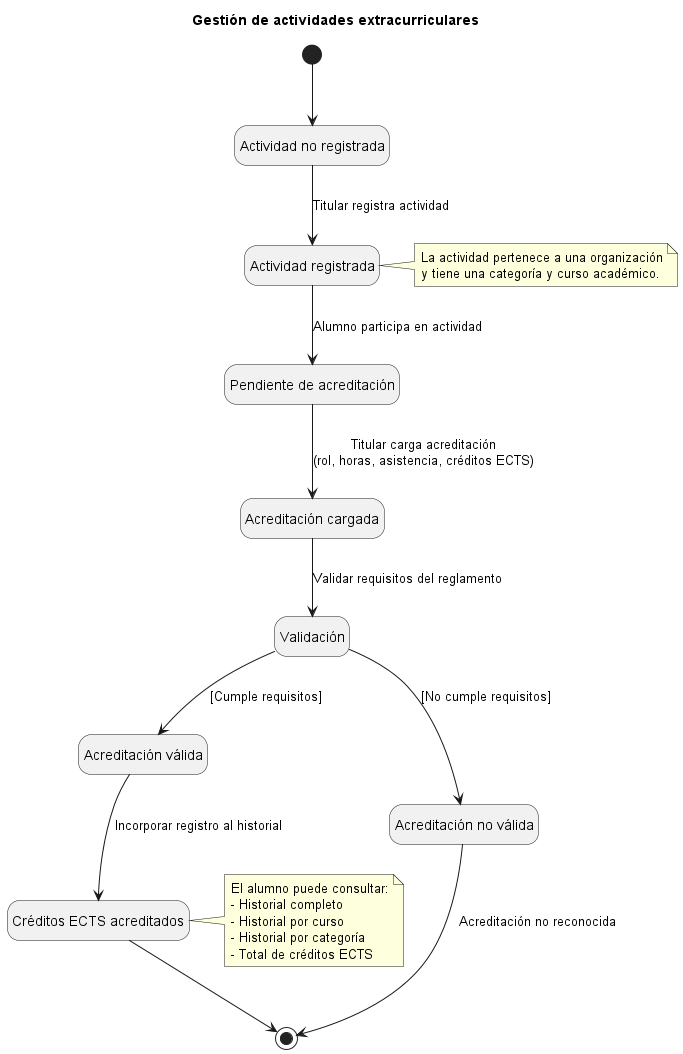
Before: diagramas/diagramaEstados/diagramaEstados.png, a diagram exported from PlantUML (SaraVaqueroRelea/26-27-IdSw1-SDR). Source of this version:
```plantuml
@startuml
title  Gestión de actividades extracurriculares

hide empty description

[*] --> NoRegistrada

state "Actividad no registrada" as NoRegistrada
state "Actividad registrada" as Registrada
state "Pendiente de acreditación" as Pendiente
state "Acreditación cargada" as Cargada
state "Validación" as Validacion
state "Acreditación válida" as Valida
state "Acreditación no válida" as NoValida
state "Créditos ECTS acreditados" as Acreditada

NoRegistrada --> Registrada : Titular registra actividad

Registrada --> Pendiente : Alumno participa en actividad

Pendiente --> Cargada : Titular carga acreditación\n(rol, horas, asistencia, créditos ECTS)

Cargada --> Validacion : Validar requisitos del reglamento

Validacion --> Valida : [Cumple requisitos] \t\t\t

Validacion --> NoValida : [No cumple requisitos]

Valida --> Acreditada : Incorporar registro al historial\t\t\t

NoValida --> [*] : Acreditación no reconocida

Acreditada --> [*]

note right of Registrada
La actividad pertenece a una organización
y tiene una categoría y curso académico.
end note

note right of Acreditada
El alumno puede consultar:
- Historial completo
- Historial por curso
- Historial por categoría
- Total de créditos ECTS
end note

@enduml
```
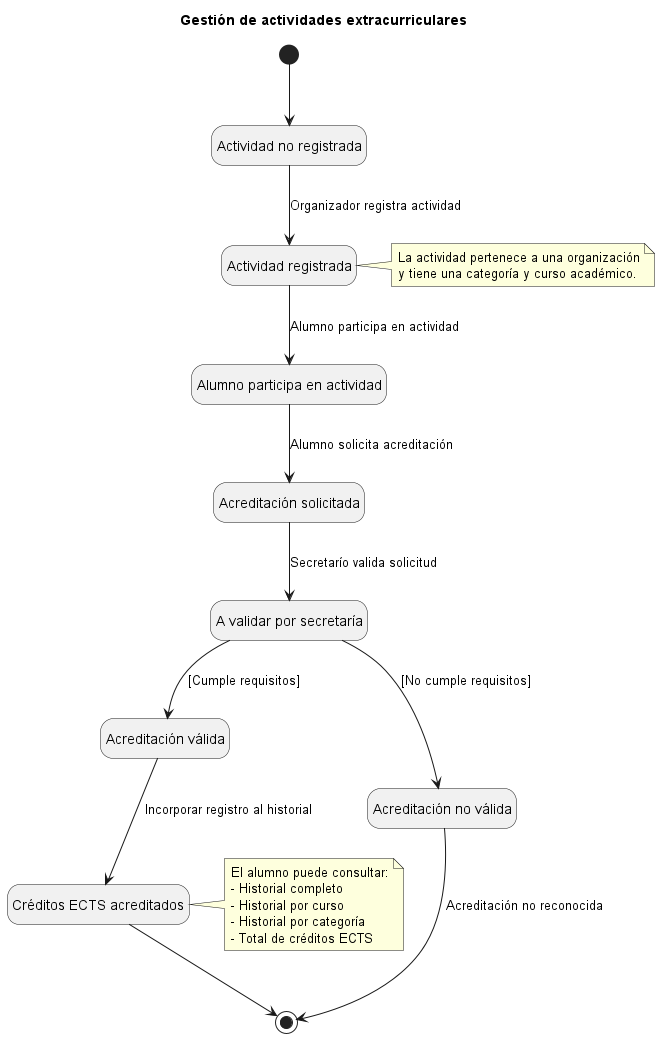
The same diagram one commit later.

Commit message:
Agregar diagramaEstados

The edit, as a diff of the source:
```diff
@@ -1,5 +1,5 @@
 @startuml
-title  Gestión de actividades extracurriculares
+title Gestión de actividades extracurriculares
 
 hide empty description
 
@@ -7,29 +7,28 @@
 
 state "Actividad no registrada" as NoRegistrada
 state "Actividad registrada" as Registrada
-state "Pendiente de acreditación" as Pendiente
-state "Acreditación cargada" as Cargada
-state "Validación" as Validacion
+state "Alumno participa en actividad" as Participa
+state "Acreditación solicitada" as Solicitada
+state "A validar por secretaría" as Validacion
 state "Acreditación válida" as Valida
 state "Acreditación no válida" as NoValida
 state "Créditos ECTS acreditados" as Acreditada
 
-NoRegistrada --> Registrada : Titular registra actividad
+NoRegistrada --> Registrada : Organizador registra actividad
 
-Registrada --> Pendiente : Alumno participa en actividad
+Registrada --> Participa : Alumno participa en actividad
 
-Pendiente --> Cargada : Titular carga acreditación\n(rol, horas, asistencia, créditos ECTS)
+Participa --> Solicitada : Alumno solicita acreditación
 
-Cargada --> Validacion : Validar requisitos del reglamento
+Solicitada --> Validacion : Secretarío valida solicitud
 
 Validacion --> Valida : [Cumple requisitos] \t\t\t
 
-Validacion --> NoValida : [No cumple requisitos]
+Validacion --> NoValida : [No cumple requisitos] \t\t\t
 
-Valida --> Acreditada : Incorporar registro al historial\t\t\t
+Valida --> Acreditada : Incorporar registro al historial
 
 NoValida --> [*] : Acreditación no reconocida
-
 Acreditada --> [*]
 
 note right of Registrada
```
